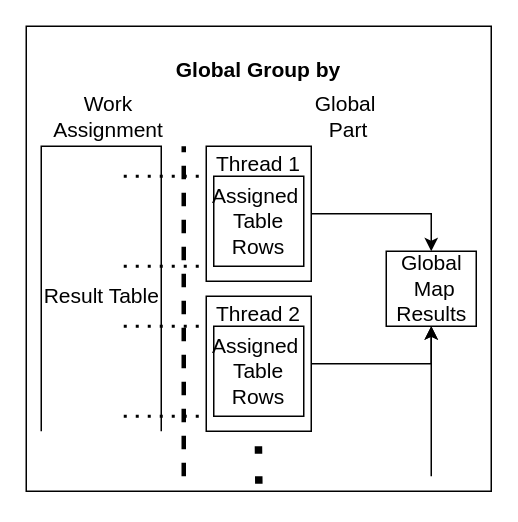
goramartin/BcThesisText keeps this draw.io diagram as page "GlobalGroup" (5 of 7) of diagrams/QueryObjects.drawio. Above is the earlier version. Source tidied: cells renumbered, new cells numbered last; positions are measured from the earlier drawing's top-left corner, leaving out a move shared by most shapes. Both pictures are drawn from the tidied source at 150%, with x=0, y=0 at pixel (26, 26).
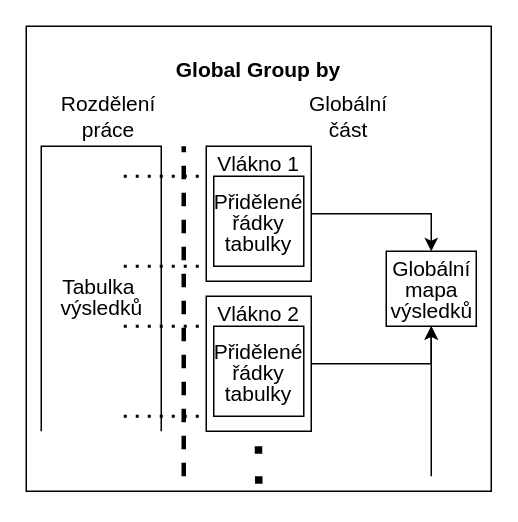
The same diagram, later.

What changed in the source:
```diff
@@
-    <mxCell id="4" value="&lt;p style=&quot;margin: 4px 0px 0px; text-align: center; font-size: 14px;&quot;&gt;Thread 1&lt;/p&gt;" style="verticalAlign=top;align=left;overflow=fill;fontSize=14;fontFamily=CMU Serif;html=1;" parent="1" vertex="1">
+    <mxCell id="4" value="&lt;p style=&quot;margin: 4px 0px 0px ; text-align: center ; font-size: 14px&quot;&gt;Vlákno 1&lt;/p&gt;" style="verticalAlign=top;align=left;overflow=fill;fontSize=14;fontFamily=CMU Serif;html=1;" parent="1" vertex="1">
       <mxGeometry x="120" y="80" width="70" height="90" as="geometry" />
     </mxCell>
-    <mxCell id="5" value="Result Table" style="html=1;fontSize=14;fontFamily=CMU Serif;" parent="1" vertex="1">
+    <mxCell id="5" value="&lt;p style=&quot;line-height: 100%&quot;&gt;Tabulka&amp;nbsp;&lt;br&gt;výsledků&lt;/p&gt;" style="html=1;fontSize=14;fontFamily=CMU Serif;" parent="1" vertex="1">
       <mxGeometry x="10" y="80" width="80" height="200" as="geometry" />
     </mxCell>
@@
-    <mxCell id="7" value="Global&lt;br style=&quot;font-size: 14px&quot;&gt;&amp;nbsp;Map&lt;br&gt;Results" style="html=1;fontFamily=CMU Serif;fontSize=14;rotation=0;" parent="1" vertex="1">
+    <mxCell id="7" value="&lt;p style=&quot;line-height: 100%&quot;&gt;Globální&lt;br&gt;mapa&lt;br&gt;výsledků&lt;/p&gt;" style="html=1;fontFamily=CMU Serif;fontSize=14;rotation=0;" parent="1" vertex="1">
       <mxGeometry x="240" y="150" width="60" height="50" as="geometry" />
     </mxCell>
@@
-    <mxCell id="9" value="Assigned&amp;nbsp;&lt;br style=&quot;font-size: 14px;&quot;&gt;Table Rows" style="rounded=0;whiteSpace=wrap;html=1;strokeColor=#000000;fontSize=14;fontFamily=CMU Serif;" parent="1" vertex="1">
+    <mxCell id="9" value="&lt;p style=&quot;line-height: 100%&quot;&gt;Přidělené&lt;br&gt;řádky tabulky&lt;/p&gt;" style="rounded=0;whiteSpace=wrap;html=1;strokeColor=#000000;fontSize=14;fontFamily=CMU Serif;" parent="1" vertex="1">
       <mxGeometry x="125" y="100" width="60" height="60" as="geometry" />
     </mxCell>
@@
-    <mxCell id="11" value="&lt;p style=&quot;margin: 4px 0px 0px; text-align: center; font-size: 14px;&quot;&gt;Thread 2&lt;/p&gt;" style="verticalAlign=top;align=left;overflow=fill;fontSize=14;fontFamily=CMU Serif;html=1;" parent="1" vertex="1">
+    <mxCell id="11" value="&lt;p style=&quot;margin: 4px 0px 0px ; text-align: center ; font-size: 14px&quot;&gt;Vlákno 2&lt;/p&gt;" style="verticalAlign=top;align=left;overflow=fill;fontSize=14;fontFamily=CMU Serif;html=1;" parent="1" vertex="1">
       <mxGeometry x="120" y="180" width="70" height="90" as="geometry" />
     </mxCell>
-    <mxCell id="12" value="Assigned&amp;nbsp;&lt;br style=&quot;font-size: 14px;&quot;&gt;Table Rows" style="rounded=0;whiteSpace=wrap;html=1;strokeColor=#000000;fontSize=14;fontFamily=CMU Serif;" parent="1" vertex="1">
+    <mxCell id="12" value="&lt;p style=&quot;line-height: 100%&quot;&gt;Přidělené&lt;br&gt;řádky tabulky&lt;/p&gt;" style="rounded=0;whiteSpace=wrap;html=1;strokeColor=#000000;fontSize=14;fontFamily=CMU Serif;" parent="1" vertex="1">
       <mxGeometry x="125" y="200" width="60" height="60" as="geometry" />
     </mxCell>
@@
-    <mxCell id="18" value="Work&lt;br&gt;Assignment" style="text;html=1;strokeColor=none;fillColor=none;align=center;verticalAlign=middle;whiteSpace=wrap;rounded=0;fontSize=14;fontFamily=CMU Serif;" parent="1" vertex="1">
+    <mxCell id="18" value="Rozdělení práce" style="text;html=1;strokeColor=none;fillColor=none;align=center;verticalAlign=middle;whiteSpace=wrap;rounded=0;fontSize=14;fontFamily=CMU Serif;" parent="1" vertex="1">
       <mxGeometry x="30" y="50" width="50" height="20" as="geometry" />
     </mxCell>
-    <mxCell id="19" value="Global&amp;nbsp;&lt;br&gt;Part" style="text;html=1;strokeColor=none;fillColor=none;align=center;verticalAlign=middle;whiteSpace=wrap;rounded=0;fontSize=14;fontFamily=CMU Serif;" parent="1" vertex="1">
+    <mxCell id="19" value="Globální část" style="text;html=1;strokeColor=none;fillColor=none;align=center;verticalAlign=middle;whiteSpace=wrap;rounded=0;fontSize=14;fontFamily=CMU Serif;" parent="1" vertex="1">
       <mxGeometry x="190" y="50" width="50" height="20" as="geometry" />
     </mxCell>
```
